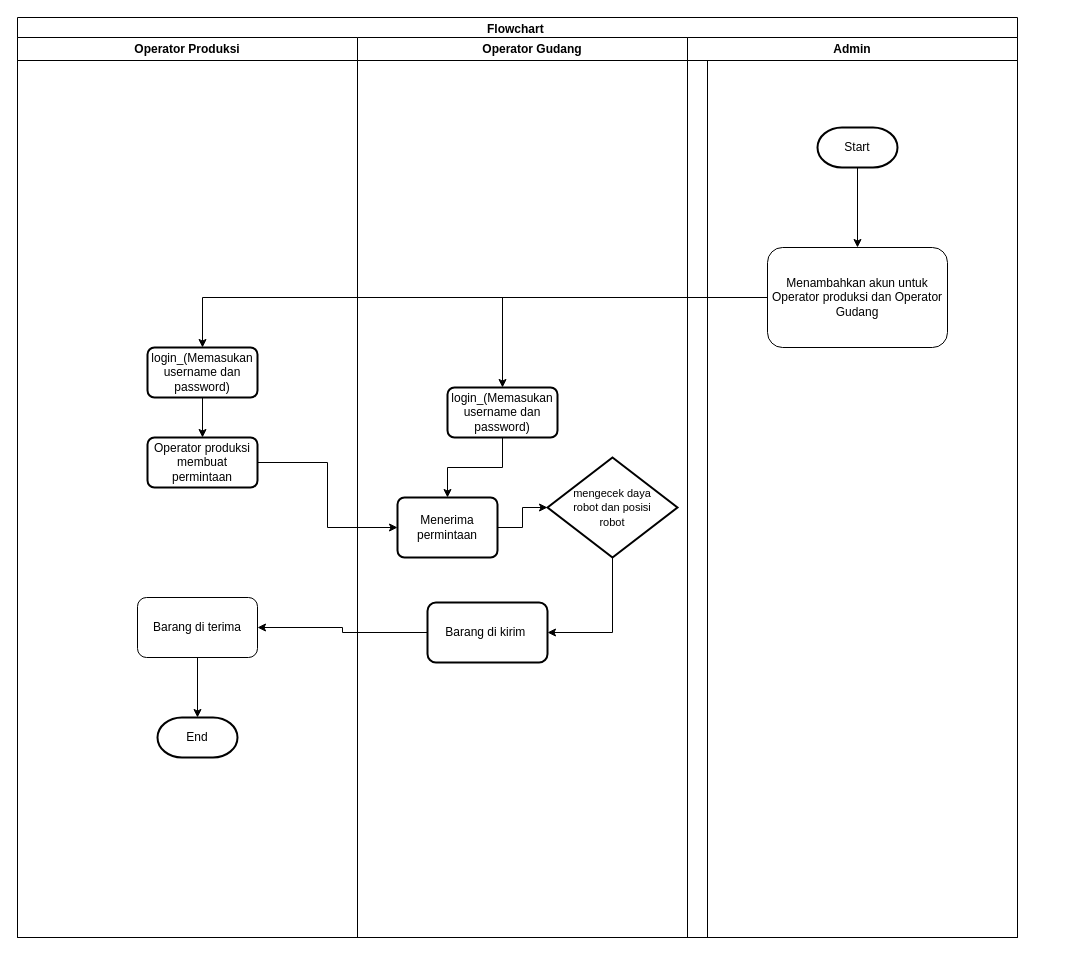
This is aktivity diagram_PBL IF-08.drawio from MANGasu50/PBLIF-08, a draw.io file, before an edit. Source tidied: cells renumbered, new cells numbered last; positions are measured from the earlier drawing's top-left corner, leaving out a move shared by most shapes. Both pictures are drawn from the tidied source at 100%, with x=0, y=0 at pixel (17, 17).
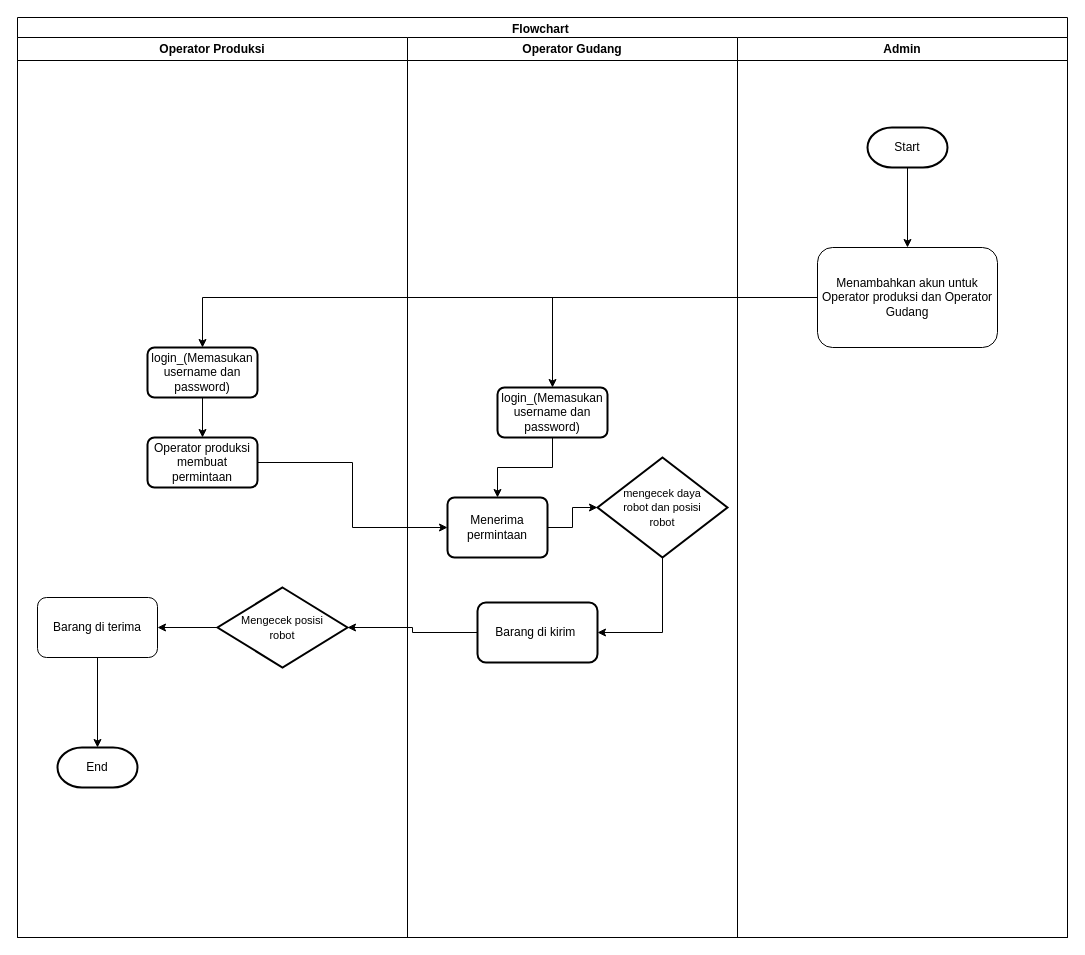
Above is the later version.

Commit message:
Flowchrt revisi_PBL IF-08.drawio

The change refers to these unchanged cells:
```xml
<mxCell id="6" value="Barang di kirim&amp;nbsp;" style="whiteSpace=wrap;html=1;rounded=1;arcSize=14;strokeWidth=2;" parent="3" vertex="1">
  <mxGeometry x="70" y="565" width="120" height="60" as="geometry" />
</mxCell>
```

Change to the diagram source:
```diff
@@
     <mxCell id="2" value="Flowchart&amp;nbsp;" style="swimlane;whiteSpace=wrap;html=1;" parent="1" vertex="1">
-      <mxGeometry width="1000" height="920" as="geometry" />
+      <mxGeometry width="1050" height="920" as="geometry" />
     </mxCell>
     <mxCell id="3" value="Operator Gudang" style="swimlane;whiteSpace=wrap;html=1;" parent="2" vertex="1">
-      <mxGeometry x="340" y="20" width="350" height="900" as="geometry" />
+      <mxGeometry x="390" y="20" width="330" height="900" as="geometry" />
     </mxCell>
@@
     <mxCell id="11" value="Admin" style="swimlane;whiteSpace=wrap;html=1;" parent="2" vertex="1">
-      <mxGeometry x="670" y="20" width="330" height="900" as="geometry" />
+      <mxGeometry x="720" y="20" width="330" height="900" as="geometry" />
     </mxCell>
@@
     <mxCell id="16" value="Operator Produksi" style="swimlane;whiteSpace=wrap;html=1;" parent="1" vertex="1">
-      <mxGeometry y="20" width="340" height="900" as="geometry" />
+      <mxGeometry y="20" width="390" height="900" as="geometry" />
     </mxCell>
@@
     <mxCell id="20" value="End" style="strokeWidth=2;html=1;shape=mxgraph.flowchart.terminator;whiteSpace=wrap;" parent="16" vertex="1">
-      <mxGeometry x="140" y="680" width="80" height="40" as="geometry" />
+      <mxGeometry x="40" y="710" width="80" height="40" as="geometry" />
     </mxCell>
+    <mxCell id="22" value="Barang di terima" style="rounded=1;whiteSpace=wrap;html=1;" parent="16" vertex="1">
+      <mxGeometry x="20" y="560" width="120" height="60" as="geometry" />
+    </mxCell>
+    <mxCell id="25" style="edgeStyle=orthogonalEdgeStyle;rounded=0;jettySize=auto;html=1;exitX=0.5;exitY=1;exitDx=0;exitDy=0;entryX=0.5;entryY=0;entryDx=0;entryDy=0;entryPerimeter=0;" parent="16" edge="1" source="22" target="20">
+      <mxGeometry relative="1" as="geometry" />
+    </mxCell>
+    <mxCell id="26" value="&lt;span style=&quot;font-size: 11px;&quot;&gt;Mengecek posisi&lt;br&gt;robot&lt;br&gt;&lt;/span&gt;" style="strokeWidth=2;html=1;shape=mxgraph.flowchart.decision;whiteSpace=wrap;" parent="16" vertex="1">
+      <mxGeometry x="200" y="550" width="130" height="80" as="geometry" />
+    </mxCell>
+    <mxCell id="27" style="endArrow=classic;html=1;rounded=0;exitX=0;exitY=0.5;exitDx=0;exitDy=0;exitPerimeter=0;entryX=1;entryY=0.5;entryDx=0;entryDy=0;" parent="16" edge="1" source="26" target="22">
+      <mxGeometry relative="1" as="geometry" />
+    </mxCell>
@@
-    <mxCell id="22" value="Barang di terima" style="rounded=1;whiteSpace=wrap;html=1;" parent="1" vertex="1">
-      <mxGeometry x="120" y="580" width="120" height="60" as="geometry" />
-    </mxCell>
-    <mxCell id="23" style="edgeStyle=orthogonalEdgeStyle;rounded=0;jettySize=auto;html=1;" parent="1" edge="1" source="6" target="22">
+    <mxCell id="23" style="edgeStyle=orthogonalEdgeStyle;rounded=0;jettySize=auto;html=1;" parent="1" edge="1" source="6" target="26">
       <mxGeometry relative="1" as="geometry" />
     </mxCell>
@@
-    <mxCell id="25" style="edgeStyle=orthogonalEdgeStyle;rounded=0;jettySize=auto;html=1;exitX=0.5;exitY=1;exitDx=0;exitDy=0;entryX=0.5;entryY=0;entryDx=0;entryDy=0;entryPerimeter=0;" parent="1" edge="1" source="22" target="20">
-      <mxGeometry relative="1" as="geometry" />
-    </mxCell>
```
